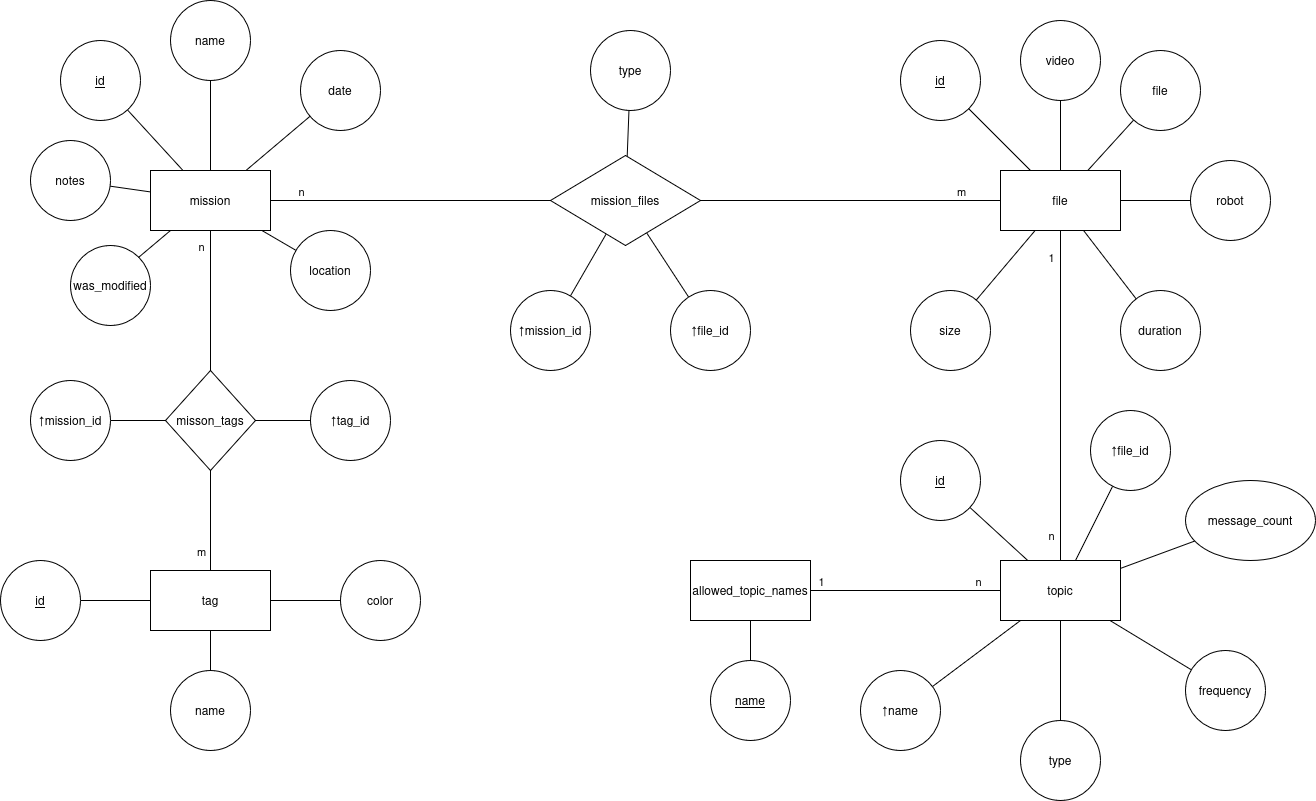
Earlier version of the draw.io export docs/db_scheme/db_scheme_er_diagram.png (brendel-group/mission_db). Source tidied: cells renumbered, new cells last; positions are measured from the earlier drawing's top-left corner, leaving out a move shared by most shapes.
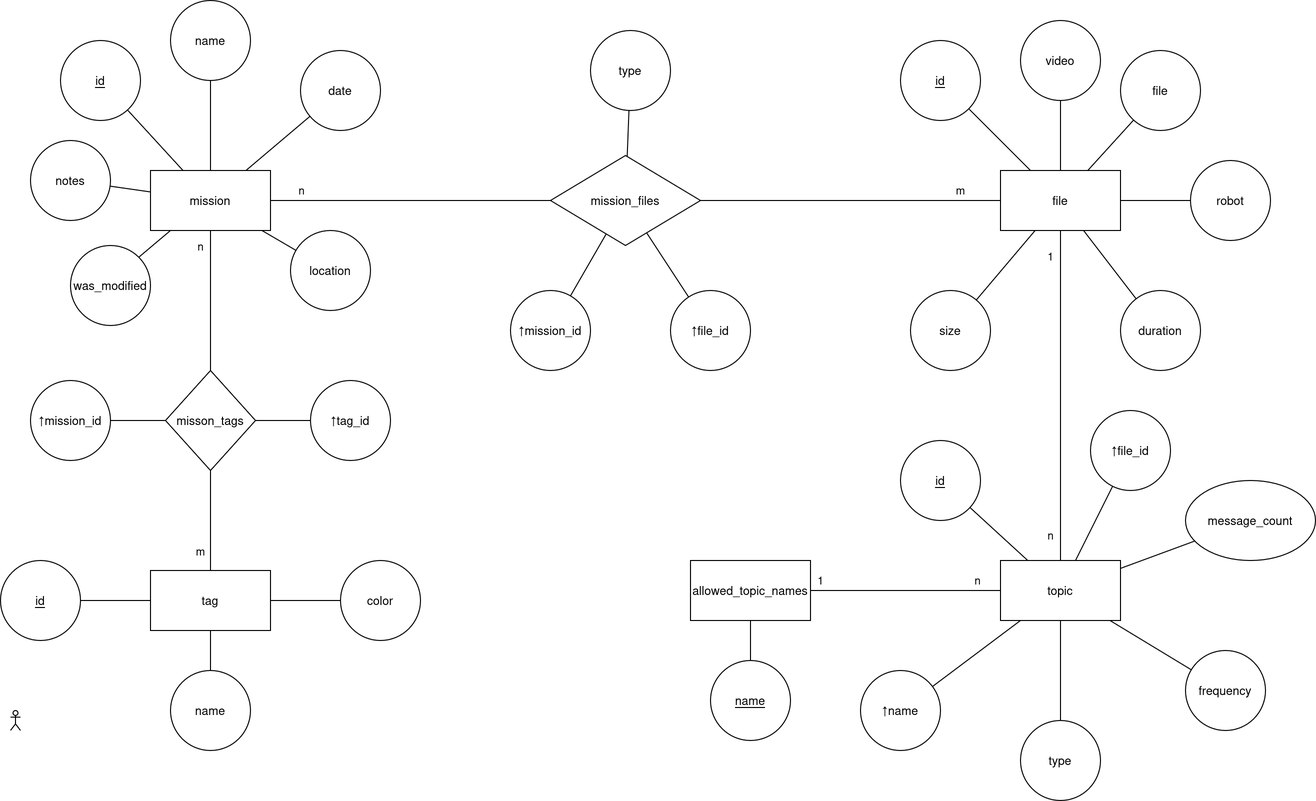
The same file after the commit.

Commit message:
double database scheme resolution

The edit, as a diff of the source:
```diff
@@ -257,5 +257,8 @@
         <mxPoint x="170" y="230" as="targetPoint" />
       </mxGeometry>
     </mxCell>
+    <mxCell id="81" style="shape=umlActor;verticalLabelPosition=bottom;verticalAlign=top;html=1;" parent="1" vertex="1">
+      <mxGeometry x="10" y="710" width="10" height="20" as="geometry" />
+    </mxCell>
   </root>
 </mxGraphModel>
```
